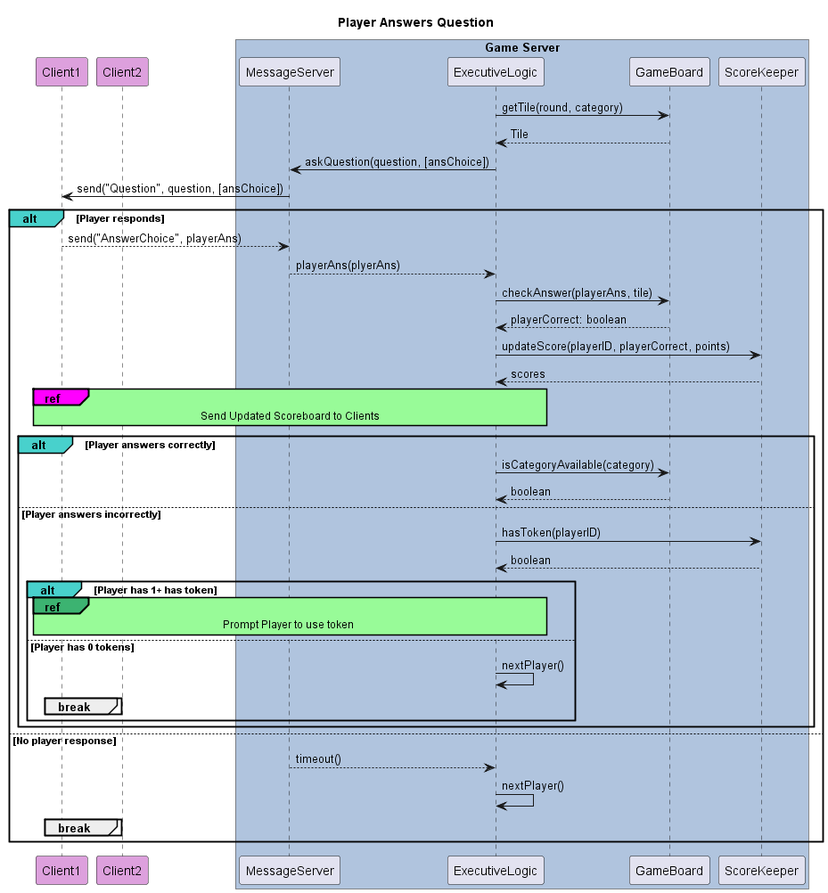
poszy/def_spinit_project keeps this PlantUML diagram as out/diagrams/seq-diagram-Player-answers-quest/Player Answers Question.png. Above is the earlier version.
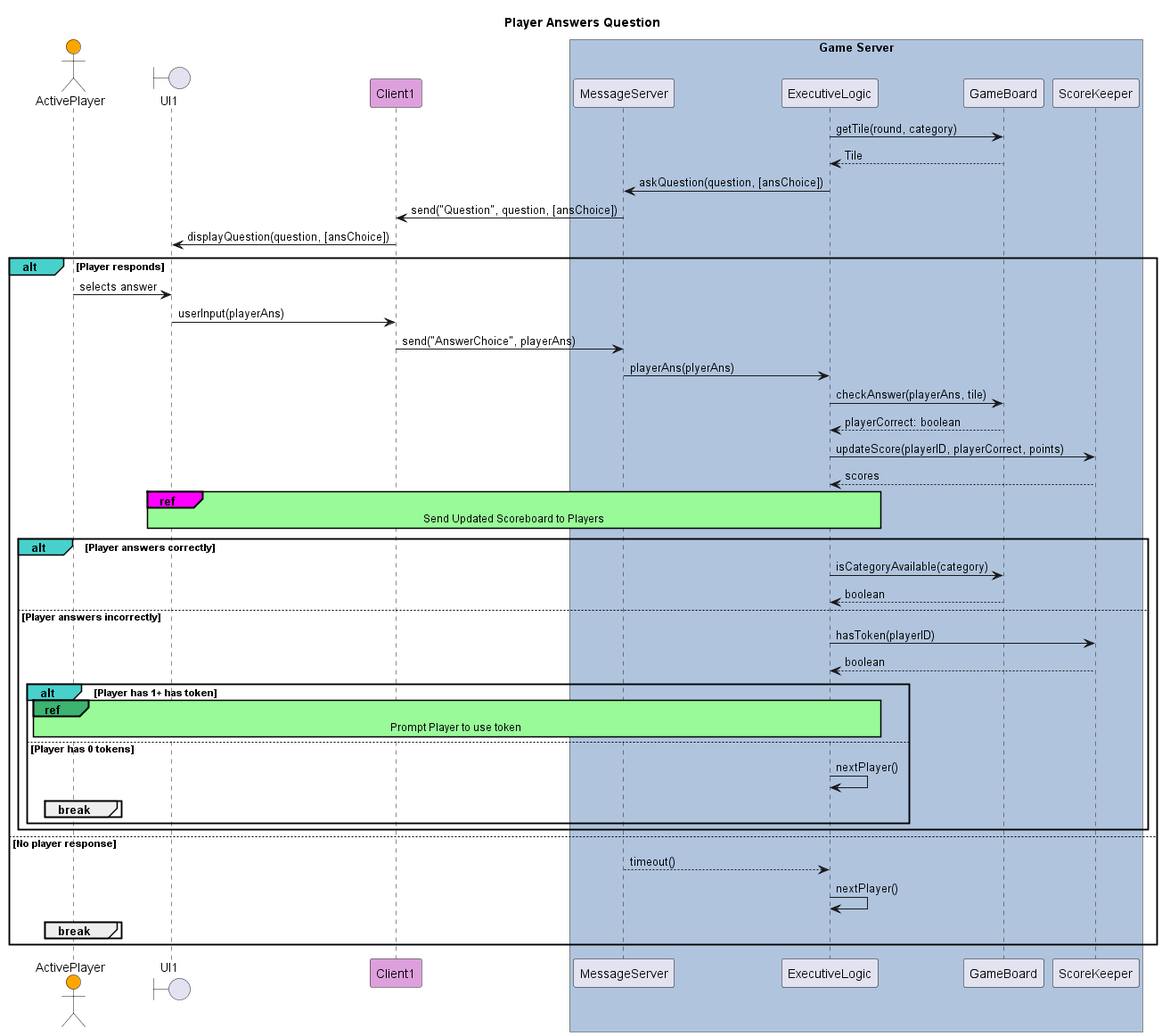
After the commit.

Change to the diagram source:
```diff
@@ -4,8 +4,11 @@
 skinparam sequenceReferenceBackgroundColor palegreen
 skinparam sequenceReferenceHeaderBackgroundColor  mediumseagreen
 
+actor ActivePlayer as Player1 #Orange
+
+boundary    UI1
+
 participant Client1 #Plum
-participant Client2 #Plum
 
 box "Game Server" #LightSteelBlue
 participant MessageServer as Server
@@ -21,11 +24,14 @@
 Server <- ExecutiveLogic: askQuestion(question, [ansChoice])
 
 Client1 <- Server: send("Question", question, [ansChoice])
+UI1 <- Client1: displayQuestion(question, [ansChoice])
 
     alt#MediumTurquoise Player responds
 
-        Client1 --> Server: send("AnswerChoice", playerAns)
-        Server --> ExecutiveLogic: playerAns(plyerAns)
+    Player1 -> UI1: selects answer
+        UI1 -> Client1: userInput(playerAns)
+        Client1 -> Server: send("AnswerChoice", playerAns)
+        Server -> ExecutiveLogic: playerAns(plyerAns)
 
 
         ExecutiveLogic -> GameBoard : checkAnswer(playerAns, tile)
@@ -33,8 +39,8 @@
         ExecutiveLogic -> ScoreKeeper : updateScore(playerID, playerCorrect, points)
         ExecutiveLogic <-- ScoreKeeper: scores
 
-        ref#Magenta over Client1, ExecutiveLogic
-            Send Updated Scoreboard to Clients
+        ref#Magenta over UI1, ExecutiveLogic
+            Send Updated Scoreboard to Players
         end ref
 
         alt#MediumTurquoise Player answers correctly
@@ -46,7 +52,7 @@
             ExecutiveLogic  <-- ScoreKeeper : boolean
 
             alt#MediumTurquoise Player has 1+ has token
-                ref over Client1, ExecutiveLogic #PaleGreen
+                ref over Player1, ExecutiveLogic #PaleGreen
                     Prompt Player to use token
                 end ref
             else Player has 0 tokens
```
